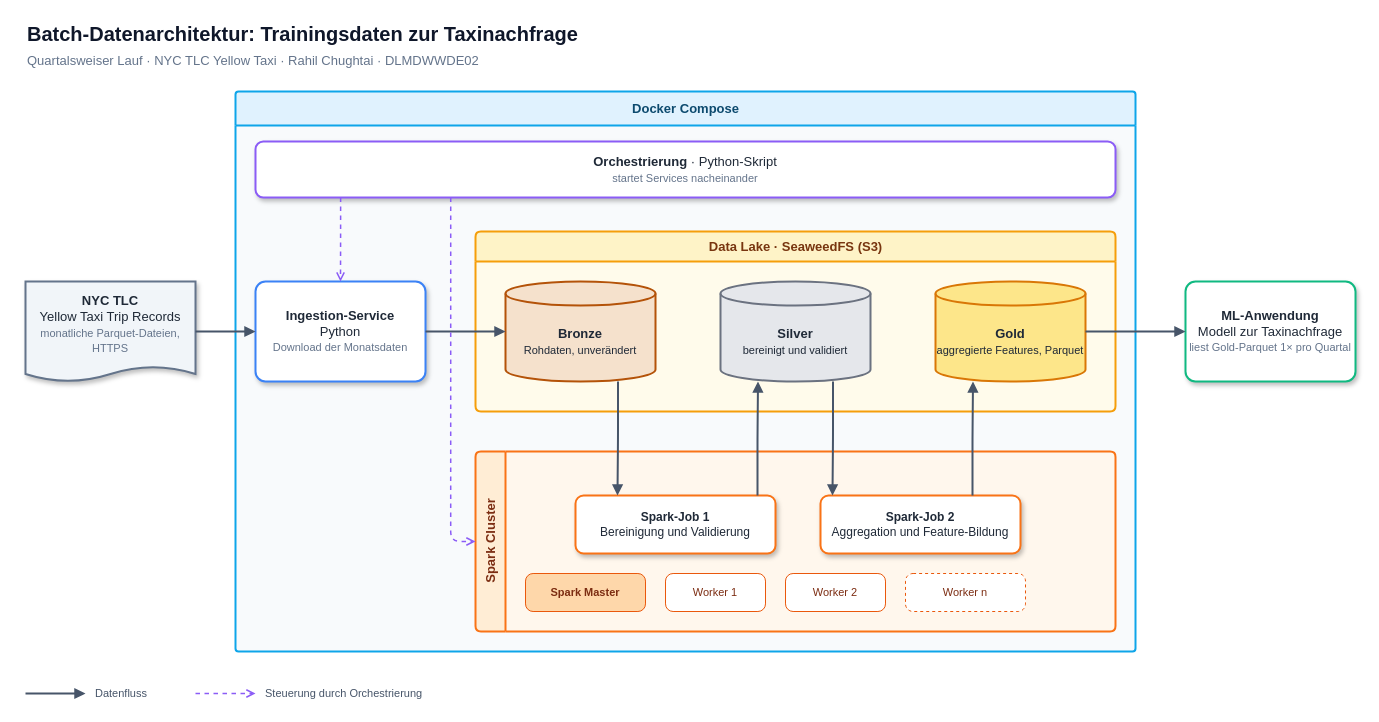
rahilchughtai/DataEngineerProjekt keeps this draw.io diagram as figures/architektur.drawio. Above is the earlier version. Source tidied: cells renumbered, new cells numbered last; positions are measured from the earlier drawing's top-left corner, leaving out a move shared by most shapes. Both pictures are drawn from the tidied source at 100%, with x=0, y=0 at pixel (25, 17).
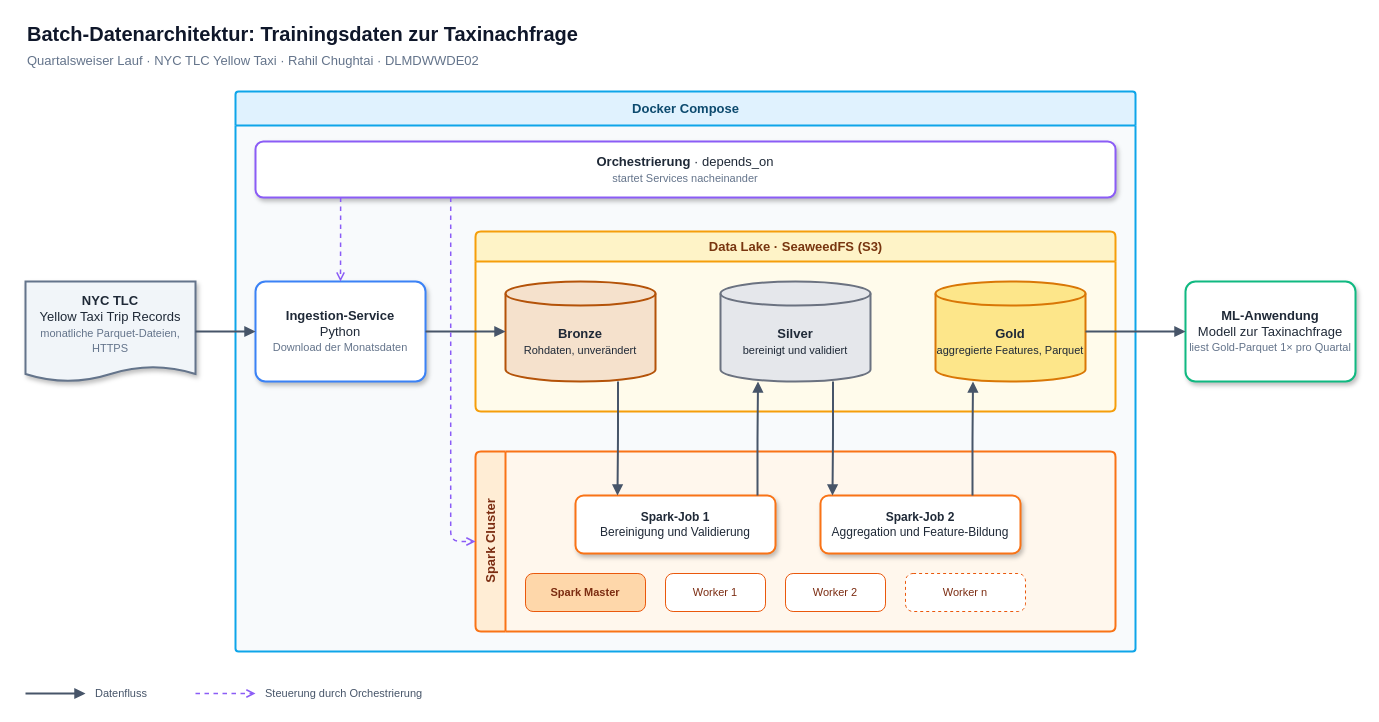
The same diagram, later.

Commit message (it also covers changes not shown here):
docs: rewrite readme around the simplified data flow

The change refers to these unchanged cells:
```xml
<mxCell id="4" value="Docker Compose" style="swimlane;startSize=34;rounded=1;arcSize=3;html=1;fillColor=#E0F2FE;swimlaneFillColor=#F8FAFC;strokeColor=#0EA5E9;strokeWidth=2;fontColor=#0C4A6E;fontStyle=1;fontSize=13;" parent="1" vertex="1">
  <mxGeometry x="210" y="74" width="900" height="560" as="geometry" />
</mxCell>
```

The edit, as a diff of the source:
```diff
@@
-    <mxCell id="5" value="&lt;b&gt;Orchestrierung&lt;/b&gt; · Python-Skript&lt;br&gt;&lt;span style=&quot;font-size:11px;color:#64748B&quot;&gt;startet Services nacheinander&lt;/span&gt;" style="rounded=1;arcSize=14;whiteSpace=wrap;html=1;fillColor=#FFFFFF;strokeColor=#8B5CF6;strokeWidth=2;shadow=1;fontColor=#1F2937;fontSize=13;" parent="4" vertex="1">
+    <mxCell id="5" value="&lt;b&gt;Orchestrierung&lt;/b&gt; · depends_on&lt;br&gt;&lt;span style=&quot;font-size:11px;color:#64748B&quot;&gt;startet Services nacheinander&lt;/span&gt;" style="rounded=1;arcSize=14;whiteSpace=wrap;html=1;fillColor=#FFFFFF;strokeColor=#8B5CF6;strokeWidth=2;shadow=1;fontColor=#1F2937;fontSize=13;" parent="4" vertex="1">
       <mxGeometry x="20" y="50" width="860" height="56" as="geometry" />
     </mxCell>
```
